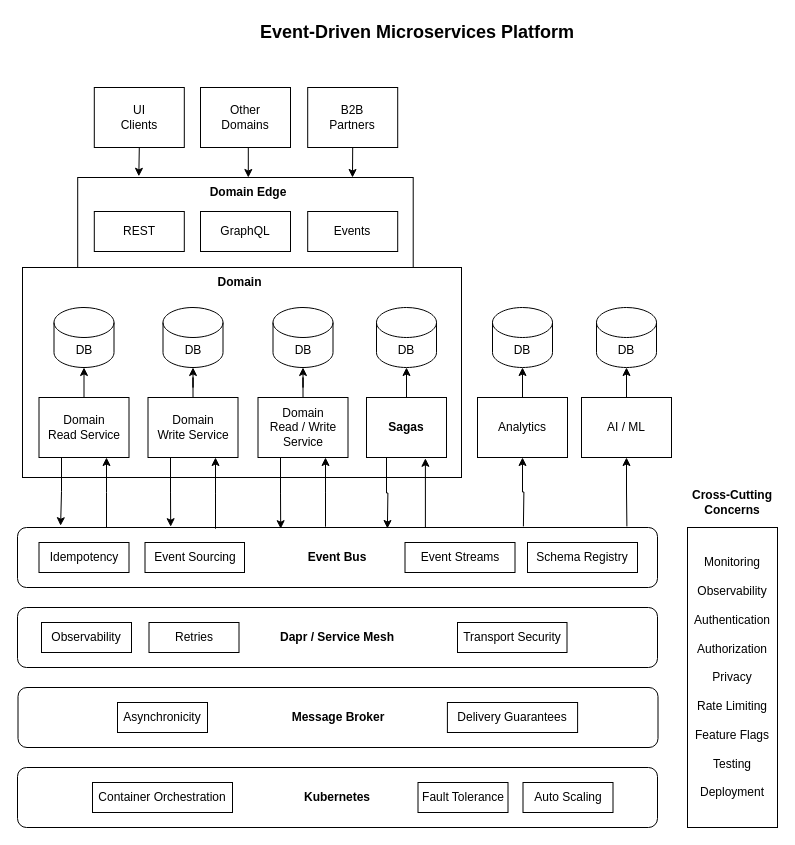
Earlier version of the draw.io diagram images/event-driven-platform.drawio (event-driven-dotnet/Home). Source tidied: cells renumbered, new cells numbered last; positions are measured from the earlier drawing's top-left corner, leaving out a move shared by most shapes. Both pictures are drawn from the tidied source at 100%, with x=0, y=0 at pixel (17, 17).
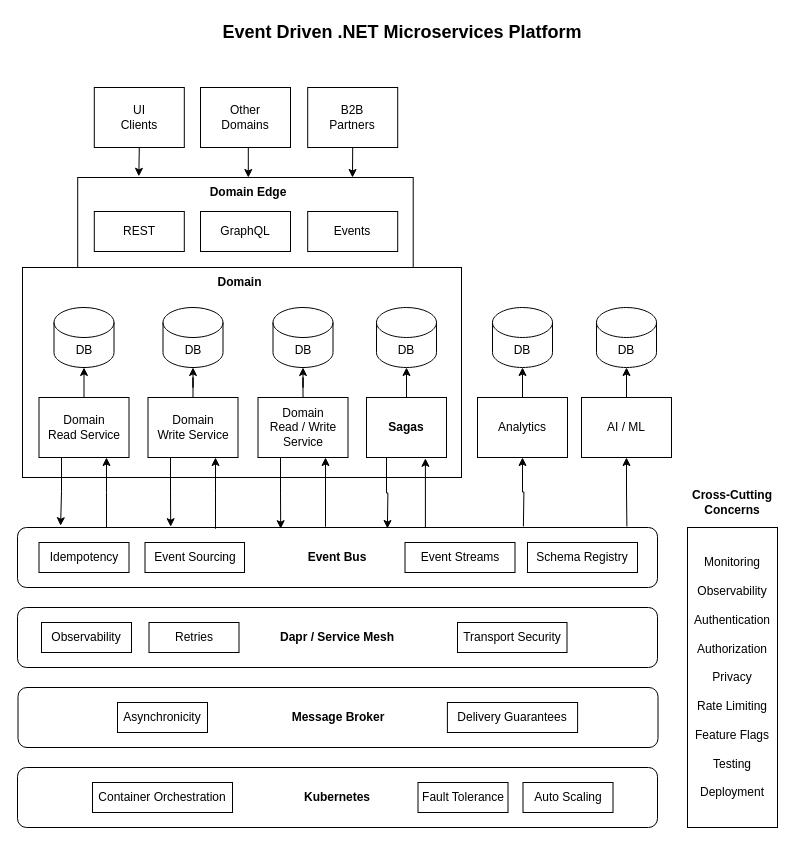
The same page after the edit.

What changed in the source:
```diff
@@
-    <mxCell id="43" value="&lt;b style=&quot;font-size: 18px&quot;&gt;Event-Driven Microservices Platform&lt;/b&gt;" style="text;html=1;strokeColor=none;fillColor=none;align=center;verticalAlign=middle;whiteSpace=wrap;rounded=0;fontSize=18;" parent="1" vertex="1">
-      <mxGeometry x="40" width="720" height="30" as="geometry" />
+    <mxCell id="43" value="&lt;b style=&quot;font-size: 18px&quot;&gt;Event Driven .NET Microservices Platform&lt;/b&gt;" style="text;html=1;strokeColor=none;fillColor=none;align=center;verticalAlign=middle;whiteSpace=wrap;rounded=0;fontSize=18;" parent="1" vertex="1">
+      <mxGeometry x="10" width="750" height="30" as="geometry" />
     </mxCell>
```
